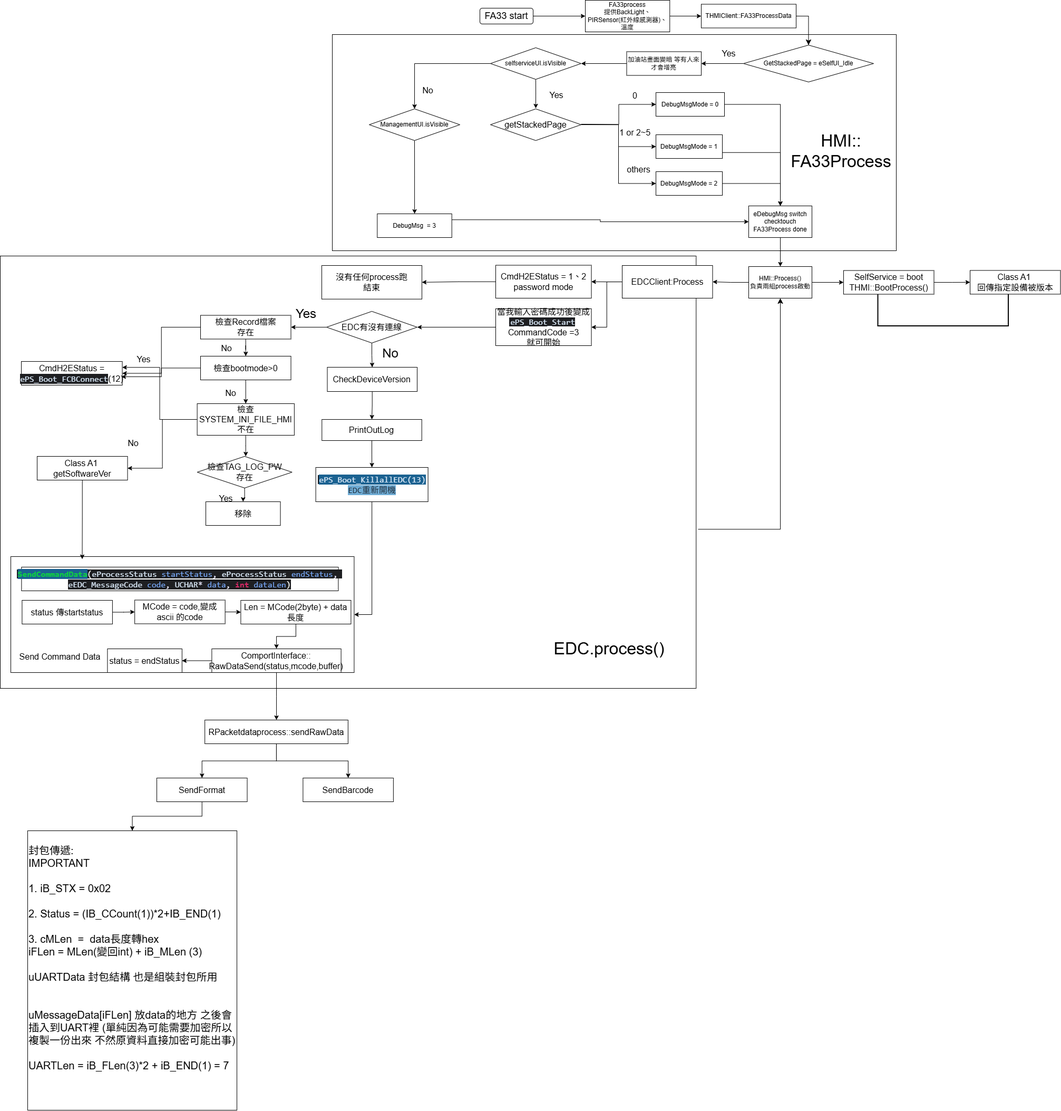
Above: HMI流程圖.png in AXQuestion/- (draw.io), before the change. Source tidied: cells renumbered, new cells last; positions are measured from the earlier drawing's top-left corner, leaving out a move shared by most shapes.
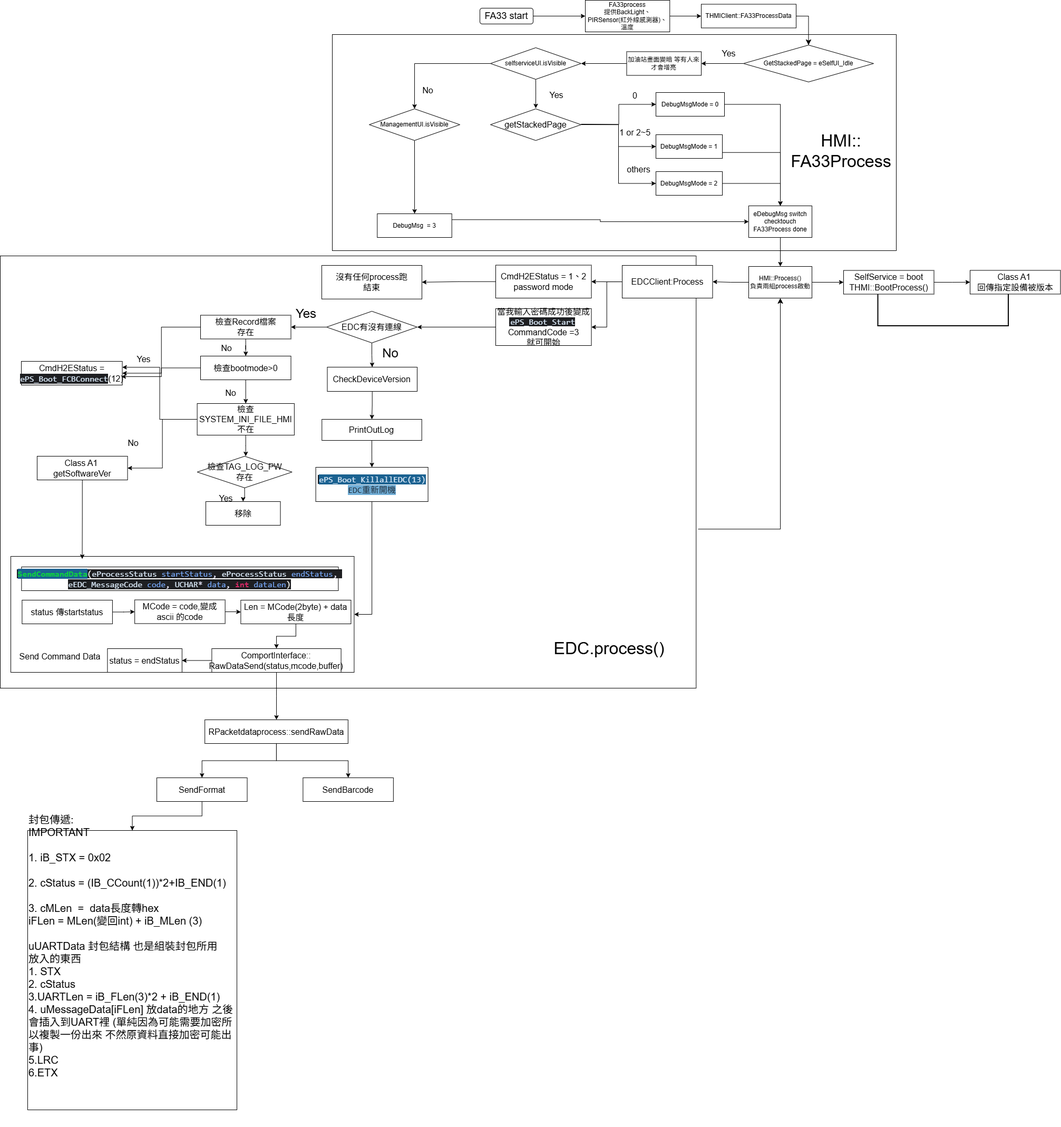
After the commit.

Commit message:
更新HMI流程圖.png

Change to the diagram source:
```diff
@@ -326,7 +326,7 @@
     <mxCell id="107" value="SendBarcode" style="rounded=0;whiteSpace=wrap;html=1;fontSize=16;" parent="1" vertex="1">
       <mxGeometry x="574.4" y="1475" width="171.5" height="45" as="geometry" />
     </mxCell>
-    <mxCell id="108" value="&lt;font style=&quot;font-size: 20px;&quot;&gt;封包傳遞:&lt;/font&gt;&lt;div&gt;&lt;font style=&quot;font-size: 20px;&quot;&gt;IMPORTANT&lt;/font&gt;&lt;/div&gt;&lt;div&gt;&lt;font style=&quot;font-size: 20px;&quot;&gt;&lt;br&gt;&lt;/font&gt;&lt;/div&gt;&lt;div&gt;&lt;font style=&quot;font-size: 20px;&quot;&gt;1. iB_STX = 0x02&lt;/font&gt;&lt;/div&gt;&lt;div&gt;&lt;font style=&quot;font-size: 20px;&quot;&gt;&lt;br&gt;&lt;/font&gt;&lt;/div&gt;&lt;div&gt;&lt;font style=&quot;font-size: 20px;&quot;&gt;2. Status = (IB_CCount(1))*2+IB_END(1)&lt;/font&gt;&lt;/div&gt;&lt;div&gt;&lt;font style=&quot;font-size: 20px;&quot;&gt;&lt;br&gt;&lt;/font&gt;&lt;/div&gt;&lt;div&gt;&lt;font style=&quot;font-size: 20px;&quot;&gt;3. cMLen&amp;nbsp; =&amp;nbsp; data長度轉hex&lt;/font&gt;&lt;/div&gt;&lt;div&gt;&lt;font style=&quot;font-size: 20px;&quot;&gt;iFLen = MLen(變回int) + iB_MLen (3)&lt;/font&gt;&lt;/div&gt;&lt;div&gt;&lt;font style=&quot;font-size: 20px;&quot;&gt;&lt;br&gt;&lt;/font&gt;&lt;/div&gt;&lt;div&gt;&lt;font style=&quot;font-size: 20px;&quot;&gt;uUARTData 封包結構 也是組裝封包所用&lt;/font&gt;&lt;/div&gt;&lt;div&gt;&lt;font style=&quot;font-size: 20px;&quot;&gt;&lt;br&gt;&lt;/font&gt;&lt;/div&gt;&lt;div&gt;&lt;font style=&quot;font-size: 20px;&quot;&gt;&lt;br&gt;&lt;/font&gt;&lt;/div&gt;&lt;div&gt;&lt;span style=&quot;font-size: 20px;&quot;&gt;uMessageData[iFLen] 放data的地方 之後會插入到UART裡 (單純因為可能需要加密所以複製一份出來 不然原資料直接加密可能出事)&lt;/span&gt;&lt;/div&gt;&lt;div&gt;&lt;span style=&quot;font-size: 20px;&quot;&gt;&lt;br&gt;&lt;/span&gt;&lt;/div&gt;&lt;div&gt;&lt;span style=&quot;font-size: 20px;&quot;&gt;UARTLen = iB_FLen(3)*2 + iB_END(1) = 7&lt;/span&gt;&lt;/div&gt;&lt;div&gt;&lt;font style=&quot;font-size: 20px;&quot;&gt;&lt;br&gt;&lt;/font&gt;&lt;/div&gt;&lt;div&gt;&lt;font style=&quot;font-size: 20px;&quot;&gt;&lt;br&gt;&lt;/font&gt;&lt;/div&gt;" style="rounded=0;whiteSpace=wrap;html=1;fontSize=16;align=left;" parent="1" vertex="1">
+    <mxCell id="108" value="&lt;font style=&quot;font-size: 20px;&quot;&gt;封包傳遞:&lt;/font&gt;&lt;div&gt;&lt;font style=&quot;font-size: 20px;&quot;&gt;IMPORTANT&lt;/font&gt;&lt;/div&gt;&lt;div&gt;&lt;font style=&quot;font-size: 20px;&quot;&gt;&lt;br&gt;&lt;/font&gt;&lt;/div&gt;&lt;div&gt;&lt;font style=&quot;font-size: 20px;&quot;&gt;1. iB_STX = 0x02&lt;/font&gt;&lt;/div&gt;&lt;div&gt;&lt;font style=&quot;font-size: 20px;&quot;&gt;&lt;br&gt;&lt;/font&gt;&lt;/div&gt;&lt;div&gt;&lt;font style=&quot;font-size: 20px;&quot;&gt;2. cStatus = (IB_CCount(1))*2+IB_END(1)&lt;/font&gt;&lt;/div&gt;&lt;div&gt;&lt;font style=&quot;font-size: 20px;&quot;&gt;&lt;br&gt;&lt;/font&gt;&lt;/div&gt;&lt;div&gt;&lt;font style=&quot;font-size: 20px;&quot;&gt;3. cMLen&amp;nbsp; =&amp;nbsp; data長度轉hex&lt;/font&gt;&lt;/div&gt;&lt;div&gt;&lt;font style=&quot;font-size: 20px;&quot;&gt;iFLen = MLen(變回int) + iB_MLen (3)&lt;/font&gt;&lt;/div&gt;&lt;div&gt;&lt;font style=&quot;font-size: 20px;&quot;&gt;&lt;br&gt;&lt;/font&gt;&lt;/div&gt;&lt;div&gt;&lt;font style=&quot;font-size: 20px;&quot;&gt;uUARTData 封包結構 也是組裝封包所用&lt;/font&gt;&lt;/div&gt;&lt;div&gt;&lt;font style=&quot;font-size: 20px;&quot;&gt;放入的東西&lt;/font&gt;&lt;/div&gt;&lt;div&gt;&lt;font style=&quot;font-size: 20px;&quot;&gt;1. STX&lt;/font&gt;&lt;/div&gt;&lt;div&gt;&lt;span style=&quot;font-size: 20px;&quot;&gt;2. cStatus&lt;/span&gt;&lt;/div&gt;&lt;div&gt;&lt;span style=&quot;font-size: 20px;&quot;&gt;3.UARTLen = iB_FLen(3)*2 + iB_END(1)&amp;nbsp;&amp;nbsp;&lt;/span&gt;&lt;span style=&quot;font-size: 20px;&quot;&gt;&lt;/span&gt;&lt;/div&gt;&lt;div&gt;&lt;span style=&quot;font-size: 20px;&quot;&gt;4. uMessageData[iFLen] 放data的地方 之後會插入到UART裡 (單純因為可能需要加密所以複製一份出來 不然原資料直接加密可能出事)&lt;/span&gt;&lt;/div&gt;&lt;div&gt;&lt;span style=&quot;font-size: 20px;&quot;&gt;5.LRC&lt;/span&gt;&lt;/div&gt;&lt;div&gt;&lt;span style=&quot;font-size: 20px;&quot;&gt;6.ETX&lt;/span&gt;&lt;/div&gt;&lt;div&gt;&lt;span style=&quot;font-size: 20px;&quot;&gt;&lt;br&gt;&lt;/span&gt;&lt;/div&gt;&lt;div&gt;&lt;br&gt;&lt;/div&gt;&lt;div&gt;&lt;font style=&quot;font-size: 20px;&quot;&gt;&lt;br&gt;&lt;/font&gt;&lt;/div&gt;&lt;div&gt;&lt;font style=&quot;font-size: 20px;&quot;&gt;&lt;br&gt;&lt;/font&gt;&lt;/div&gt;" style="rounded=0;whiteSpace=wrap;html=1;fontSize=16;align=left;" parent="1" vertex="1">
       <mxGeometry x="52" y="1575" width="397" height="530" as="geometry" />
     </mxCell>
   </root>
```
